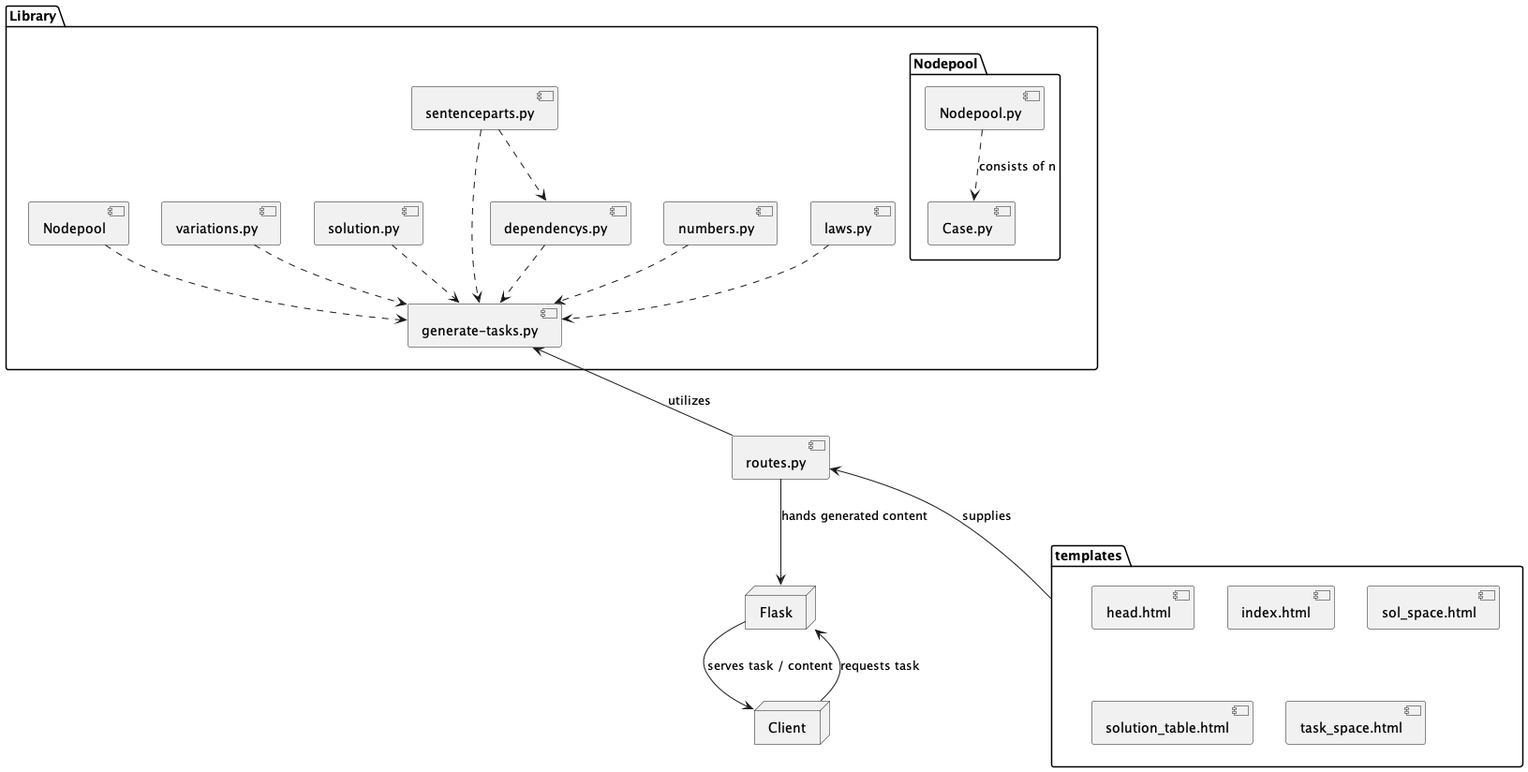
Earlier version of the PlantUML export bericht/7-Woche/Components.png (EdLaser/aladin-rdk).
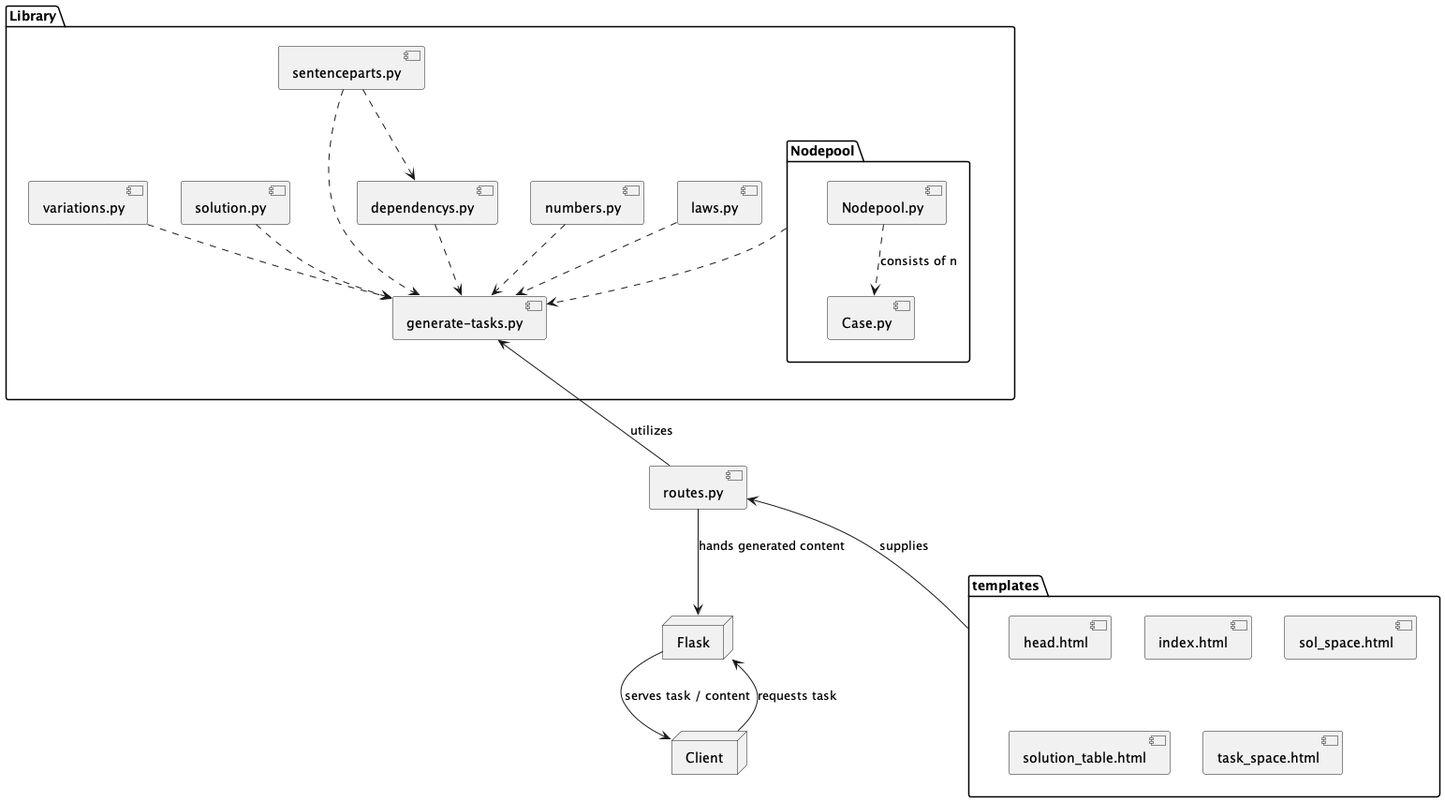
After the commit.

Commit message:
fixed missing link

Diff of the diagram source:
```diff
@@ -11,7 +11,7 @@
   [sentenceparts.py] ..> [dependencys.py]
   [solution.py] ..> [generate-tasks.py]
   [variations.py] ..> [generate-tasks.py]
-  [Nodepool] ..> [generate-tasks.py]
+  Nodepool ..> [generate-tasks.py]
 }
 
 package "templates" {
@@ -21,7 +21,6 @@
   [solution_table.html]
   [task_space.html]
 }
-
 [routes.py] -u-> [generate-tasks.py] : utilizes
 [routes.py] -d-> Flask : hands generated content
 [routes.py] <-d- templates : supplies
```
